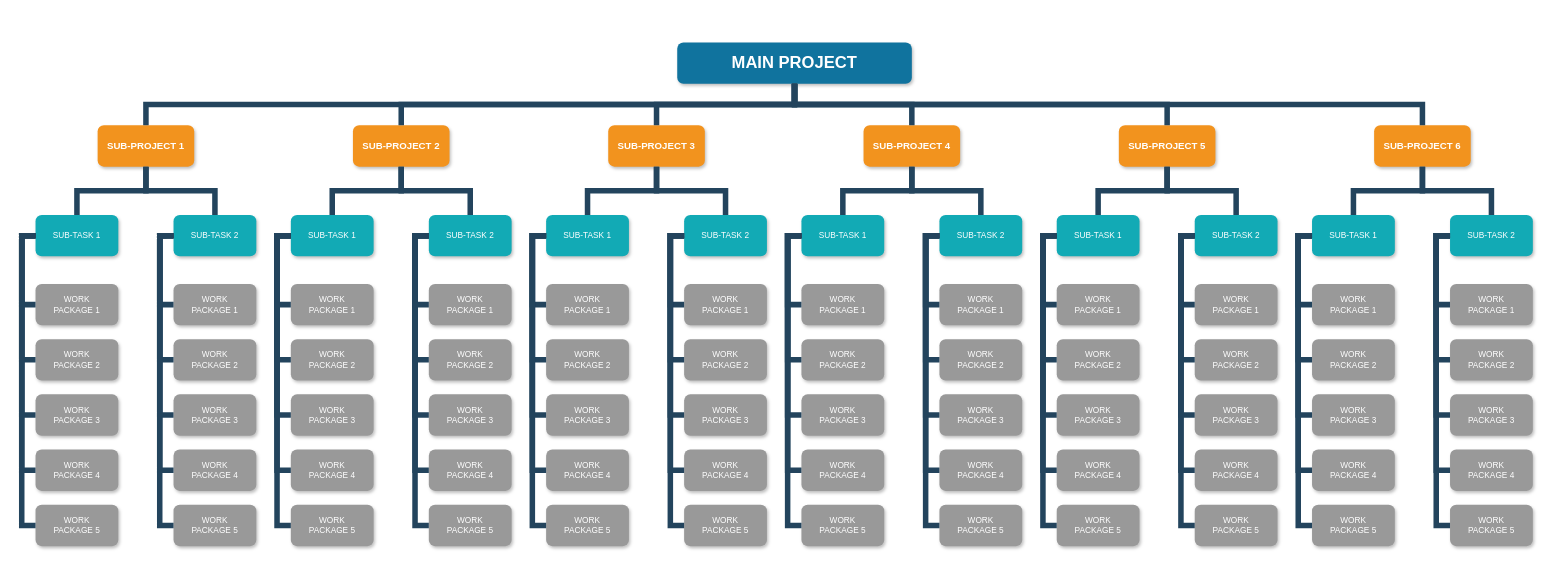
The draw.io diagram Untitled Diagram.drawio in yangyutf/cicd_demo, before the edit. Source tidied: cells renumbered, new cells numbered last; positions are measured from the earlier drawing's top-left corner, leaving out a move shared by most shapes. Both pictures are drawn from the tidied source at 69%, with x=0, y=0 at pixel (21, 42).
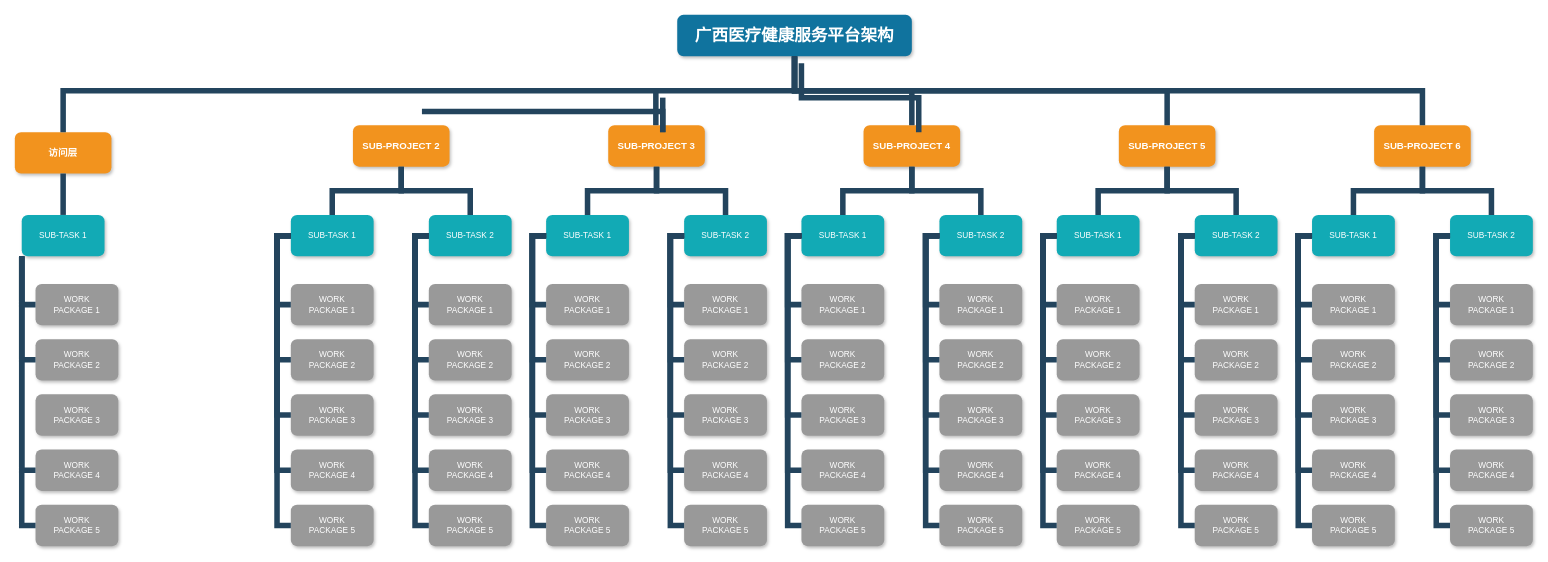
The same diagram, later.

Unchanged cells that the change refers to:
```xml
<mxCell id="4" value="SUB-PROJECT 2" style="whiteSpace=wrap;rounded=1;fillColor=#F2931E;strokeColor=none;shadow=1;fontColor=#FFFFFF;fontStyle=1;fontSize=14;" parent="1" vertex="1">
  <mxGeometry x="480" y="120" width="140" height="60" as="geometry" />
</mxCell>
<mxCell id="6" value="SUB-PROJECT 3" style="whiteSpace=wrap;rounded=1;fillColor=#F2931E;strokeColor=none;shadow=1;fontColor=#FFFFFF;fontStyle=1;fontSize=14;" parent="1" vertex="1">
  <mxGeometry x="850" y="120" width="140" height="60" as="geometry" />
</mxCell>
<mxCell id="13" value="WORK&#10;PACKAGE 3" style="whiteSpace=wrap;rounded=1;fillColor=#999999;strokeColor=none;shadow=1;fontColor=#FFFFFF;fontStyle=0;" parent="1" vertex="1">
  <mxGeometry x="20" y="510" width="120" height="60" as="geometry" />
</mxCell>
```

The edit, as a diff of the source:
```diff
@@
-    <mxCell id="2" value="MAIN PROJECT" style="whiteSpace=wrap;rounded=1;shadow=1;fillColor=#10739E;strokeColor=none;fontColor=#FFFFFF;fontStyle=1;fontSize=24;" parent="1" vertex="1">
-      <mxGeometry x="950" width="340" height="60" as="geometry" />
+    <mxCell id="2" value="广西医疗健康服务平台架构" style="whiteSpace=wrap;rounded=1;shadow=1;fillColor=#10739E;strokeColor=none;fontColor=#FFFFFF;fontStyle=1;fontSize=24;" parent="1" vertex="1">
+      <mxGeometry x="950" y="-40" width="340" height="60" as="geometry" />
     </mxCell>
-    <mxCell id="3" value="SUB-PROJECT 1" style="whiteSpace=wrap;rounded=1;fillColor=#F2931E;strokeColor=none;shadow=1;fontColor=#FFFFFF;fontStyle=1;fontSize=14;" parent="1" vertex="1">
-      <mxGeometry x="110" y="120" width="140" height="60" as="geometry" />
+    <mxCell id="3" value="访问层" style="whiteSpace=wrap;rounded=1;fillColor=#F2931E;strokeColor=none;shadow=1;fontColor=#FFFFFF;fontStyle=1;fontSize=14;" parent="1" vertex="1">
+      <mxGeometry x="-10" y="130" width="140" height="60" as="geometry" />
     </mxCell>
@@
     <mxCell id="9" value="SUB-TASK 1" style="whiteSpace=wrap;rounded=1;fillColor=#12AAB5;strokeColor=none;shadow=1;fontColor=#FFFFFF;" parent="1" vertex="1">
-      <mxGeometry x="20" y="250" width="120" height="60" as="geometry" />
+      <mxGeometry y="250" width="120" height="60" as="geometry" />
     </mxCell>
-    <mxCell id="10" value="SUB-TASK 2" style="whiteSpace=wrap;rounded=1;fillColor=#12AAB5;strokeColor=none;shadow=1;fontColor=#FFFFFF;" parent="1" vertex="1">
-      <mxGeometry x="220" y="250" width="120" height="60" as="geometry" />
-    </mxCell>
@@
-    <mxCell id="16" value="WORK&#10;PACKAGE 1" style="whiteSpace=wrap;rounded=1;fillColor=#999999;strokeColor=none;shadow=1;fontColor=#FFFFFF;fontStyle=0;" parent="1" vertex="1">
-      <mxGeometry x="220" y="350" width="120" height="60" as="geometry" />
-    </mxCell>
-    <mxCell id="17" value="WORK&#10;PACKAGE 2" style="whiteSpace=wrap;rounded=1;fillColor=#999999;strokeColor=none;shadow=1;fontColor=#FFFFFF;fontStyle=0;" parent="1" vertex="1">
-      <mxGeometry x="220" y="430" width="120" height="60" as="geometry" />
-    </mxCell>
-    <mxCell id="18" value="WORK&#10;PACKAGE 3" style="whiteSpace=wrap;rounded=1;fillColor=#999999;strokeColor=none;shadow=1;fontColor=#FFFFFF;fontStyle=0;" parent="1" vertex="1">
-      <mxGeometry x="220" y="510" width="120" height="60" as="geometry" />
-    </mxCell>
-    <mxCell id="19" value="WORK&#10;PACKAGE 4" style="whiteSpace=wrap;rounded=1;fillColor=#999999;strokeColor=none;shadow=1;fontColor=#FFFFFF;fontStyle=0;" parent="1" vertex="1">
-      <mxGeometry x="220" y="590" width="120" height="60" as="geometry" />
-    </mxCell>
-    <mxCell id="20" value="WORK&#10;PACKAGE 5" style="whiteSpace=wrap;rounded=1;fillColor=#999999;strokeColor=none;shadow=1;fontColor=#FFFFFF;fontStyle=0;" parent="1" vertex="1">
-      <mxGeometry x="220" y="670" width="120" height="60" as="geometry" />
-    </mxCell>
@@
-    <mxCell id="34" style="edgeStyle=elbowEdgeStyle;elbow=vertical;rounded=0;fontColor=#000000;endArrow=none;endFill=0;strokeWidth=8;strokeColor=#23445D;" parent="1" edge="1" source="3" target="10">
-      <mxGeometry relative="1" as="geometry" />
-    </mxCell>
@@
-    <mxCell id="39" style="edgeStyle=elbowEdgeStyle;elbow=horizontal;rounded=0;fontColor=#000000;endArrow=none;endFill=0;strokeWidth=8;strokeColor=#23445D;" parent="1" edge="1" source="9" target="13">
-      <mxGeometry relative="1" as="geometry">
-        <Array as="points">
-          <mxPoint y="380" />
-        </Array>
-      </mxGeometry>
-    </mxCell>
-    <mxCell id="40" style="edgeStyle=elbowEdgeStyle;elbow=horizontal;rounded=0;fontColor=#000000;endArrow=none;endFill=0;strokeWidth=8;strokeColor=#23445D;" parent="1" edge="1" target="16">
-      <mxGeometry relative="1" as="geometry">
-        <mxPoint x="210" y="280" as="sourcePoint" />
-        <Array as="points">
-          <mxPoint x="200" y="330" />
-        </Array>
-      </mxGeometry>
-    </mxCell>
-    <mxCell id="41" style="edgeStyle=elbowEdgeStyle;elbow=horizontal;rounded=0;fontColor=#000000;endArrow=none;endFill=0;strokeWidth=8;strokeColor=#23445D;" parent="1" edge="1" source="10" target="17">
-      <mxGeometry relative="1" as="geometry">
-        <Array as="points">
-          <mxPoint x="200" y="370" />
-        </Array>
-      </mxGeometry>
-    </mxCell>
-    <mxCell id="42" style="edgeStyle=elbowEdgeStyle;elbow=horizontal;rounded=0;fontColor=#000000;endArrow=none;endFill=0;strokeWidth=8;strokeColor=#23445D;" parent="1" edge="1" source="10" target="20">
-      <mxGeometry relative="1" as="geometry">
-        <Array as="points">
-          <mxPoint x="200" y="490" />
-        </Array>
-      </mxGeometry>
-    </mxCell>
-    <mxCell id="43" style="edgeStyle=elbowEdgeStyle;elbow=horizontal;rounded=0;fontColor=#000000;endArrow=none;endFill=0;strokeWidth=8;strokeColor=#23445D;" parent="1" edge="1" source="10" target="19">
-      <mxGeometry relative="1" as="geometry">
-        <Array as="points">
-          <mxPoint x="200" y="450" />
-        </Array>
-      </mxGeometry>
-    </mxCell>
-    <mxCell id="44" style="edgeStyle=elbowEdgeStyle;elbow=horizontal;rounded=0;fontColor=#000000;endArrow=none;endFill=0;strokeWidth=8;strokeColor=#23445D;" parent="1" edge="1" source="10" target="18">
-      <mxGeometry relative="1" as="geometry">
-        <Array as="points">
-          <mxPoint x="200" y="410" />
-        </Array>
-      </mxGeometry>
-    </mxCell>
@@
     <mxCell id="153" style="edgeStyle=elbowEdgeStyle;elbow=vertical;rounded=0;fontColor=#000000;endArrow=none;endFill=0;strokeWidth=8;strokeColor=#23445D;" parent="1" edge="1" source="2" target="3">
-      <mxGeometry relative="1" as="geometry" />
+      <mxGeometry relative="1" as="geometry">
+        <Array as="points">
+          <mxPoint x="150" y="70" />
+        </Array>
+      </mxGeometry>
     </mxCell>
-    <mxCell id="154" style="edgeStyle=elbowEdgeStyle;elbow=vertical;rounded=0;fontColor=#000000;endArrow=none;endFill=0;strokeWidth=8;strokeColor=#23445D;" parent="1" edge="1" source="2" target="4">
-      <mxGeometry relative="1" as="geometry" />
-    </mxCell>
-    <mxCell id="155" style="edgeStyle=elbowEdgeStyle;elbow=vertical;rounded=0;fontColor=#000000;endArrow=none;endFill=0;strokeWidth=8;strokeColor=#23445D;" parent="1" edge="1" source="2" target="6">
-      <mxGeometry relative="1" as="geometry" />
-    </mxCell>
@@
+    <mxCell id="159" style="edgeStyle=elbowEdgeStyle;elbow=vertical;rounded=0;fontColor=#000000;endArrow=none;endFill=0;strokeWidth=8;strokeColor=#23445D;" parent="1" edge="1">
+      <mxGeometry relative="1" as="geometry">
+        <mxPoint x="1130" y="30" as="sourcePoint" />
+        <mxPoint x="1300" y="130" as="targetPoint" />
+      </mxGeometry>
+    </mxCell>
+    <mxCell id="160" style="edgeStyle=elbowEdgeStyle;elbow=vertical;rounded=0;fontColor=#000000;endArrow=none;endFill=0;strokeWidth=8;strokeColor=#23445D;" parent="1" edge="1">
+      <mxGeometry relative="1" as="geometry">
+        <mxPoint x="919" y="70" as="sourcePoint" />
+        <mxPoint x="919" y="120" as="targetPoint" />
+      </mxGeometry>
+    </mxCell>
+    <mxCell id="161" style="edgeStyle=elbowEdgeStyle;elbow=vertical;rounded=0;fontColor=#000000;endArrow=none;endFill=0;strokeWidth=8;strokeColor=#23445D;" parent="1" edge="1">
+      <mxGeometry relative="1" as="geometry">
+        <mxPoint x="929" y="80" as="sourcePoint" />
+        <mxPoint x="929" y="130" as="targetPoint" />
+        <Array as="points">
+          <mxPoint x="560" y="106" />
+        </Array>
+      </mxGeometry>
+    </mxCell>
+    <mxCell id="162" style="edgeStyle=elbowEdgeStyle;elbow=vertical;rounded=0;fontColor=#000000;endArrow=none;endFill=0;strokeWidth=8;strokeColor=#23445D;" parent="1" edge="1">
+      <mxGeometry relative="1" as="geometry">
+        <mxPoint x="580" y="100" as="sourcePoint" />
+        <mxPoint x="929" y="130" as="targetPoint" />
+        <Array as="points">
+          <mxPoint x="610" y="100" />
+        </Array>
+      </mxGeometry>
+    </mxCell>
```
